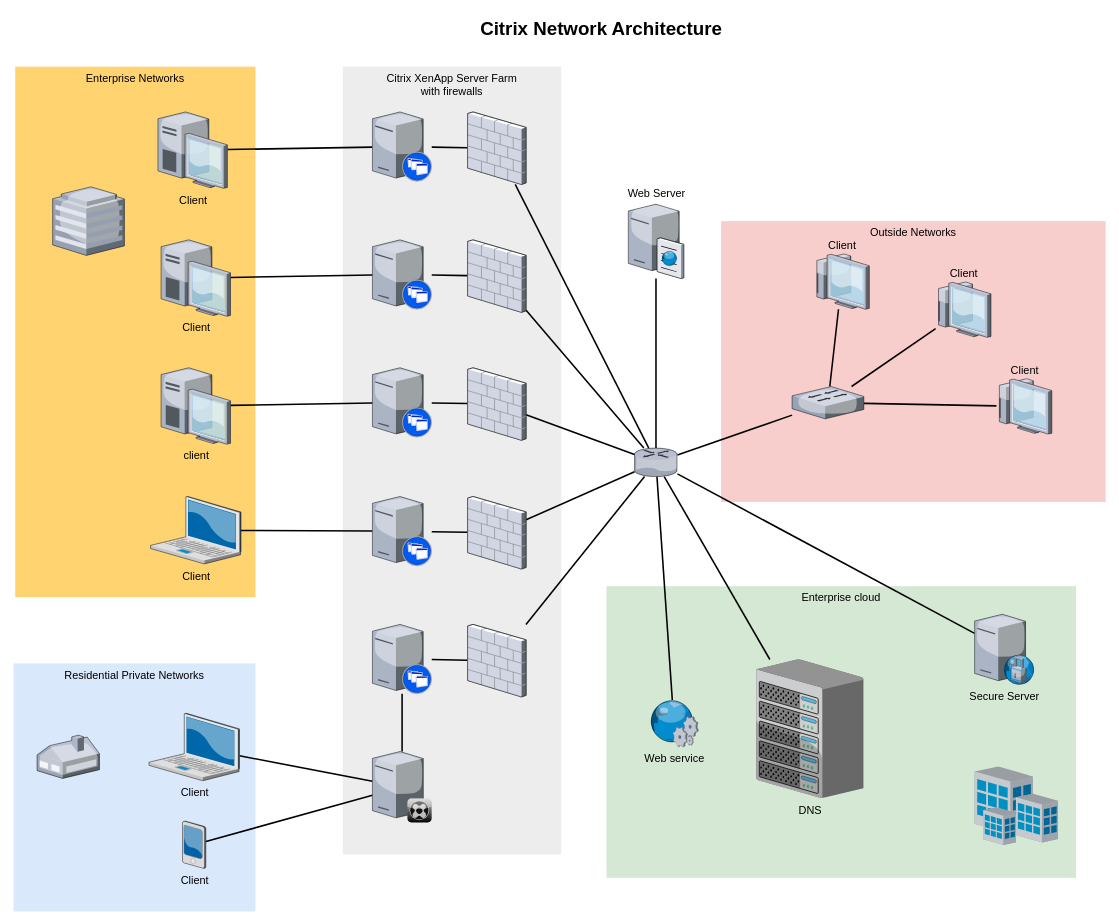
The draw.io diagram Untitled Diagram.drawio in miruva/homelab, before the edit. Source tidied: cells renumbered, new cells numbered last; positions are measured from the earlier drawing's top-left corner, leaving out a move shared by most shapes. Both pictures are drawn from the tidied source at 78%, with x=0, y=0 at pixel (13, 13).
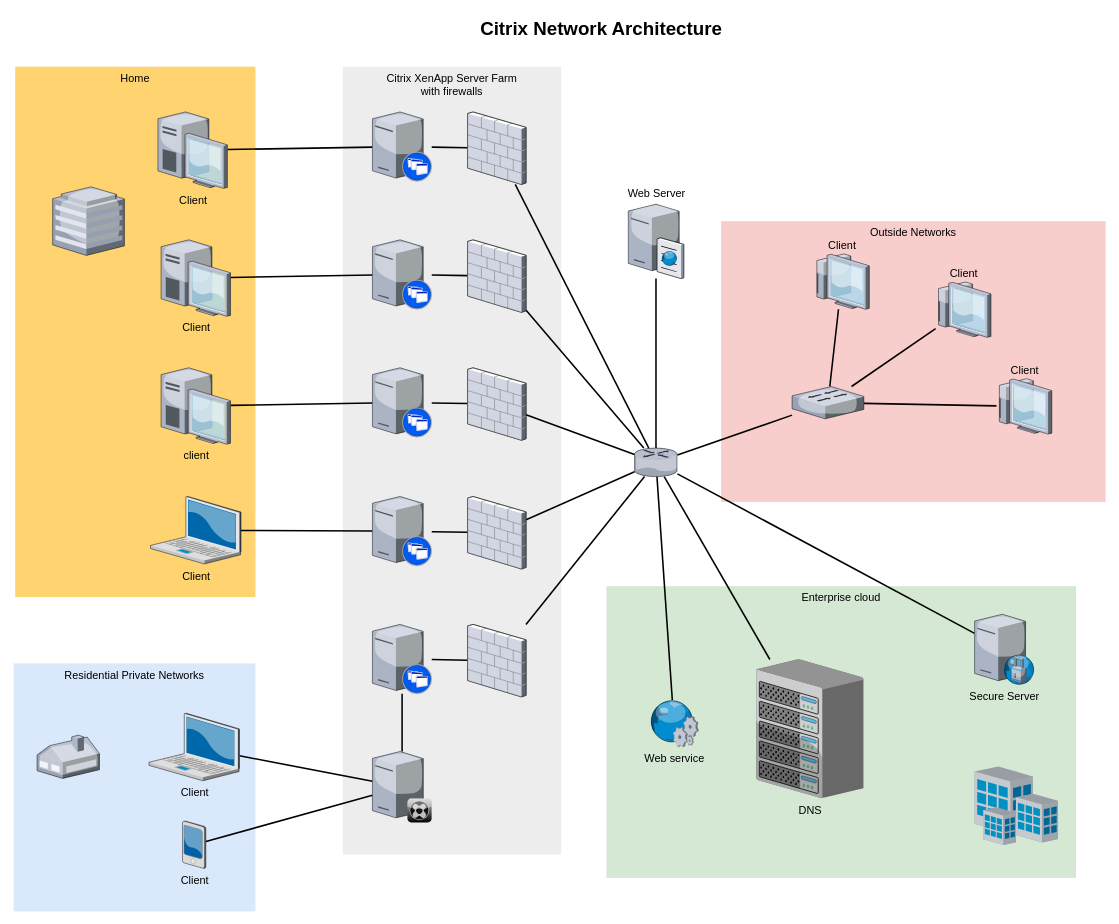
Above is the later version.

Diff of the diagram source:
```diff
@@
-    <mxCell id="6" value="Enterprise Networks" style="whiteSpace=wrap;html=1;fillColor=#FFD470;gradientColor=none;fontSize=14;strokeColor=none;verticalAlign=top;" parent="1" vertex="1">
+    <mxCell id="6" value="Home" style="whiteSpace=wrap;html=1;fillColor=#FFD470;gradientColor=none;fontSize=14;strokeColor=none;verticalAlign=top;" parent="1" vertex="1">
       <mxGeometry x="2" y="68" width="308" height="680" as="geometry" />
     </mxCell>
```
